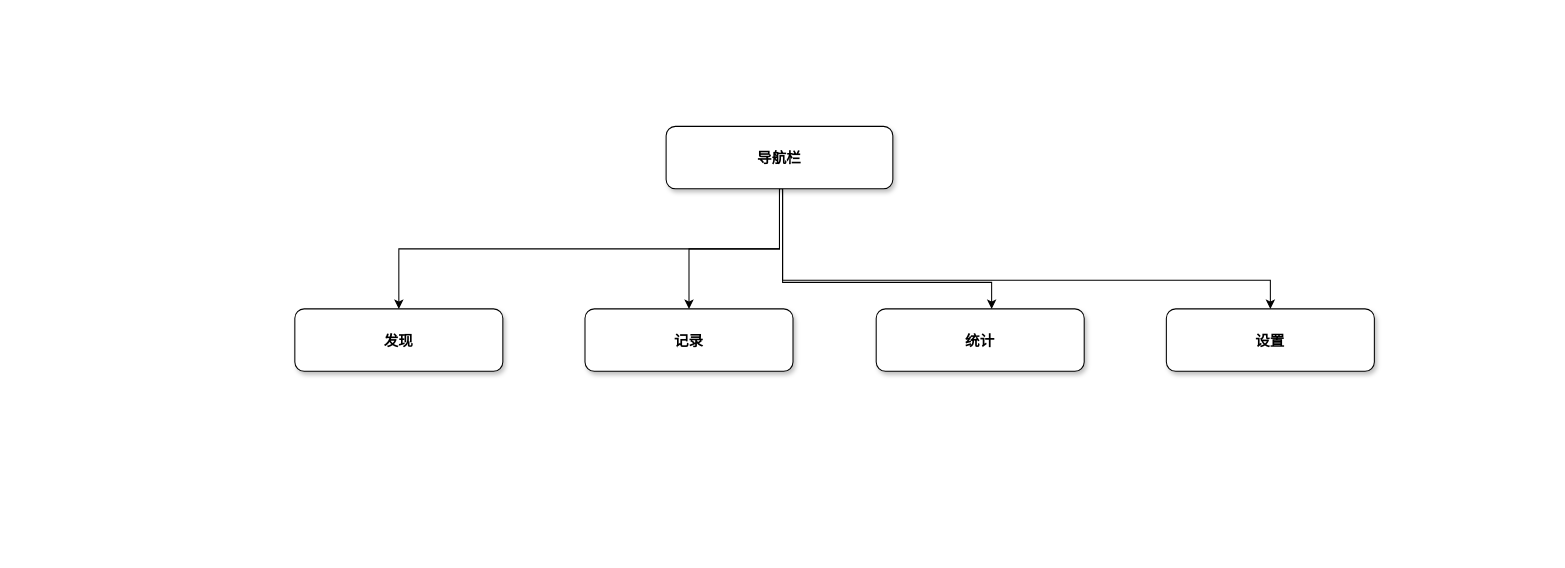
This is dailyRecord.drawio from narutooturan/drawio, a draw.io file, before an edit. Source tidied: cells renumbered, new cells numbered last; positions are measured from the earlier drawing's top-left corner, leaving out a move shared by most shapes. Both pictures are drawn from the tidied source at 104%, with x=0, y=0 at pixel (294, 126).
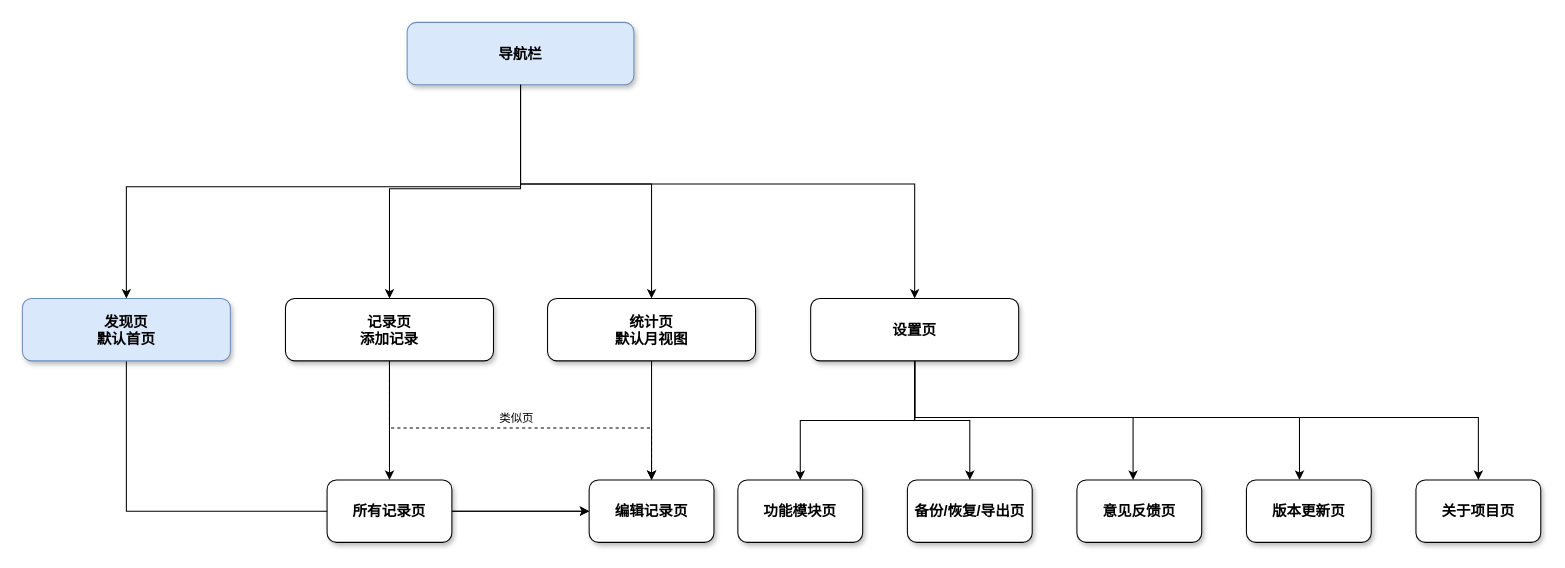
The same diagram, later.

Change to the diagram source:
```diff
@@
     <mxCell id="2" style="edgeStyle=orthogonalEdgeStyle;rounded=0;jettySize=auto;html=1;exitX=0.5;exitY=1;exitDx=0;exitDy=0;" parent="1" edge="1" source="6" target="10">
       <mxGeometry relative="1" as="geometry">
         <Array as="points">
-          <mxPoint x="469" y="148" />
-          <mxPoint x="938" y="148" />
+          <mxPoint x="596" y="55.5" />
+          <mxPoint x="175" y="55.5" />
         </Array>
       </mxGeometry>
     </mxCell>
-    <mxCell id="3" style="edgeStyle=orthogonalEdgeStyle;rounded=0;jettySize=auto;html=1;" parent="1" edge="1" source="6" target="9">
+    <mxCell id="3" style="edgeStyle=orthogonalEdgeStyle;rounded=0;jettySize=auto;html=1;exitX=0.5;exitY=1;exitDx=0;exitDy=0;" parent="1" edge="1" source="6" target="9">
       <mxGeometry relative="1" as="geometry">
         <Array as="points">
-          <mxPoint x="469" y="150" />
-          <mxPoint x="670" y="150" />
+          <mxPoint x="316" y="55.5" />
+          <mxPoint x="175" y="55.5" />
         </Array>
       </mxGeometry>
     </mxCell>
+    <mxCell id="6" value="导航栏" style="rounded=1;shadow=1;fontStyle=1;fontSize=14;fillColor=#dae8fc;strokeColor=#6c8ebf;flipH=1;flipV=1;" parent="1" vertex="1">
+      <mxGeometry x="108" y="-100" width="218" height="60" as="geometry" />
+    </mxCell>
+    <mxCell id="11" style="edgeStyle=orthogonalEdgeStyle;rounded=0;jettySize=auto;html=1;exitX=0.5;exitY=1;exitDx=0;exitDy=0;" parent="1" edge="1" source="7" target="21">
+      <mxGeometry relative="1" as="geometry">
+        <Array as="points">
+          <mxPoint x="-162" y="370" />
+        </Array>
+      </mxGeometry>
+    </mxCell>
+    <mxCell id="7" value="发现页&#10;默认首页" style="rounded=1;shadow=1;fontStyle=1;fontSize=14;fillColor=#dae8fc;strokeColor=#6c8ebf;align=center;flipH=1;flipV=1;" parent="1" vertex="1">
+      <mxGeometry x="-262" y="165.5" width="200" height="60" as="geometry" />
+    </mxCell>
+    <mxCell id="12" style="edgeStyle=orthogonalEdgeStyle;rounded=0;jettySize=auto;html=1;dashed=1;exitX=0.5;exitY=1;exitDx=0;exitDy=0;entryX=0.5;entryY=0;entryDx=0;entryDy=0;" parent="1" edge="1" source="8" target="21">
+      <mxGeometry relative="1" as="geometry">
+        <Array as="points">
+          <mxPoint x="91" y="290" />
+          <mxPoint x="343" y="290" />
+        </Array>
+      </mxGeometry>
+    </mxCell>
+    <mxCell id="13" value="类似页" style="edgeLabel;html=1;align=center;verticalAlign=middle;" parent="12" vertex="1">
+      <mxGeometry x="-0.32" y="-2" relative="1" as="geometry">
+        <mxPoint x="61" y="-12" as="offset" />
+      </mxGeometry>
+    </mxCell>
+    <mxCell id="14" style="edgeStyle=orthogonalEdgeStyle;rounded=0;jettySize=auto;html=1;fontColor=#808080;" parent="1" edge="1" source="8" target="23">
+      <mxGeometry relative="1" as="geometry" />
+    </mxCell>
+    <mxCell id="8" value="记录页&#10;添加记录" style="rounded=1;shadow=1;fontStyle=1;fontSize=14;flipH=1;flipV=1;" parent="1" vertex="1">
+      <mxGeometry x="-9" y="165.5" width="200" height="60" as="geometry" />
+    </mxCell>
+    <mxCell id="15" style="edgeStyle=orthogonalEdgeStyle;rounded=0;jettySize=auto;html=1;" parent="1" edge="1" source="9" target="21">
+      <mxGeometry relative="1" as="geometry" />
+    </mxCell>
+    <mxCell id="9" value="统计页&#10;默认月视图" style="rounded=1;shadow=1;fontStyle=1;fontSize=14;flipH=1;flipV=1;" parent="1" vertex="1">
+      <mxGeometry x="243" y="165.5" width="200" height="60" as="geometry" />
+    </mxCell>
+    <mxCell id="16" style="edgeStyle=orthogonalEdgeStyle;rounded=0;jettySize=auto;html=1;fontColor=#808080;" parent="1" edge="1" source="10" target="24">
+      <mxGeometry relative="1" as="geometry" />
+    </mxCell>
+    <mxCell id="17" style="edgeStyle=orthogonalEdgeStyle;rounded=0;jettySize=auto;html=1;fontColor=#808080;" parent="1" edge="1" source="10" target="25">
+      <mxGeometry relative="1" as="geometry" />
+    </mxCell>
+    <mxCell id="18" style="edgeStyle=orthogonalEdgeStyle;rounded=0;jettySize=auto;html=1;fontColor=#808080;" parent="1" edge="1" source="10" target="26">
+      <mxGeometry relative="1" as="geometry">
+        <Array as="points">
+          <mxPoint x="596" y="280" />
+          <mxPoint x="806" y="280" />
+        </Array>
+      </mxGeometry>
+    </mxCell>
+    <mxCell id="19" style="edgeStyle=orthogonalEdgeStyle;rounded=0;jettySize=auto;html=1;fontColor=#808080;" parent="1" edge="1" source="10" target="27">
+      <mxGeometry relative="1" as="geometry">
+        <Array as="points">
+          <mxPoint x="596" y="280" />
+          <mxPoint x="966" y="280" />
+        </Array>
+      </mxGeometry>
+    </mxCell>
+    <mxCell id="20" style="edgeStyle=orthogonalEdgeStyle;rounded=0;jettySize=auto;html=1;fontColor=#808080;" parent="1" edge="1" source="10" target="28">
+      <mxGeometry relative="1" as="geometry">
+        <Array as="points">
+          <mxPoint x="596" y="280" />
+          <mxPoint x="1138" y="280" />
+        </Array>
+      </mxGeometry>
+    </mxCell>
+    <mxCell id="10" value="设置页" style="rounded=1;shadow=1;fontStyle=1;fontSize=14;flipH=1;flipV=1;" parent="1" vertex="1">
+      <mxGeometry x="496" y="165.5" width="200" height="60" as="geometry" />
+    </mxCell>
+    <mxCell id="21" value="编辑记录页" style="whiteSpace=wrap;html=1;fontSize=14;rounded=1;shadow=1;fontStyle=1;flipH=1;flipV=1;" parent="1" vertex="1">
+      <mxGeometry x="283" y="340" width="120" height="60" as="geometry" />
+    </mxCell>
+    <mxCell id="5" style="edgeStyle=orthogonalEdgeStyle;rounded=0;jettySize=auto;html=1;exitX=0.5;exitY=1;exitDx=0;exitDy=0;entryX=0.5;entryY=0;entryDx=0;entryDy=0;" parent="1" edge="1" source="6" target="7">
+      <mxGeometry relative="1" as="geometry">
+        <Array as="points">
+          <mxPoint x="217" y="58" />
+          <mxPoint x="-162" y="58" />
+        </Array>
+      </mxGeometry>
+    </mxCell>
+    <mxCell id="22" style="edgeStyle=orthogonalEdgeStyle;rounded=0;jettySize=auto;html=1;fontColor=#808080;" parent="1" edge="1" source="23" target="21">
+      <mxGeometry relative="1" as="geometry" />
+    </mxCell>
+    <mxCell id="23" value="所有记录页" style="whiteSpace=wrap;html=1;fontSize=14;rounded=1;shadow=1;fontStyle=1;" parent="1" vertex="1">
+      <mxGeometry x="31" y="340" width="120" height="60" as="geometry" />
+    </mxCell>
+    <mxCell id="24" value="功能模块页" style="whiteSpace=wrap;html=1;fontSize=14;rounded=1;shadow=1;fontStyle=1;" parent="1" vertex="1">
+      <mxGeometry x="426" y="340" width="120" height="60" as="geometry" />
+    </mxCell>
+    <mxCell id="25" value="备份/恢复/导出页" style="whiteSpace=wrap;html=1;fontSize=14;rounded=1;shadow=1;fontStyle=1;" parent="1" vertex="1">
+      <mxGeometry x="589" y="340" width="120" height="60" as="geometry" />
+    </mxCell>
+    <mxCell id="26" value="意见反馈页" style="whiteSpace=wrap;html=1;fontSize=14;rounded=1;shadow=1;fontStyle=1;" parent="1" vertex="1">
+      <mxGeometry x="752" y="340" width="120" height="60" as="geometry" />
+    </mxCell>
+    <mxCell id="27" value="版本更新页" style="whiteSpace=wrap;html=1;fontSize=14;rounded=1;shadow=1;fontStyle=1;" parent="1" vertex="1">
+      <mxGeometry x="915" y="340" width="120" height="60" as="geometry" />
+    </mxCell>
+    <mxCell id="28" value="关于项目页" style="whiteSpace=wrap;html=1;fontSize=14;rounded=1;shadow=1;fontStyle=1;" parent="1" vertex="1">
+      <mxGeometry x="1078" y="340" width="120" height="60" as="geometry" />
+    </mxCell>
-    <mxCell id="4" style="edgeStyle=orthogonalEdgeStyle;rounded=0;jettySize=auto;html=1;" parent="1" edge="1" source="6" target="8">
-      <mxGeometry relative="1" as="geometry" />
+    <mxCell id="4" style="edgeStyle=orthogonalEdgeStyle;rounded=0;jettySize=auto;html=1;exitX=0.5;exitY=1;exitDx=0;exitDy=0;entryX=0.5;entryY=0;entryDx=0;entryDy=0;" parent="1" edge="1" source="6" target="8">
+      <mxGeometry relative="1" as="geometry">
+        <Array as="points">
+          <mxPoint x="175" y="60" />
+          <mxPoint x="77" y="60" />
+        </Array>
+      </mxGeometry>
     </mxCell>
-    <mxCell id="5" style="edgeStyle=orthogonalEdgeStyle;rounded=0;jettySize=auto;html=1;exitX=0.5;exitY=1;exitDx=0;exitDy=0;" parent="1" edge="1" source="6" target="7">
-      <mxGeometry relative="1" as="geometry" />
-    </mxCell>
-    <mxCell id="6" value="导航栏" style="rounded=1;shadow=1;fontStyle=1;fontSize=14;" parent="1" vertex="1">
-      <mxGeometry x="357" width="218" height="60" as="geometry" />
-    </mxCell>
-    <mxCell id="7" value="发现" style="rounded=1;shadow=1;fontStyle=1;fontSize=14;" parent="1" vertex="1">
-      <mxGeometry y="175.5" width="200" height="60" as="geometry" />
-    </mxCell>
-    <mxCell id="8" value="记录" style="rounded=1;shadow=1;fontStyle=1;fontSize=14;" parent="1" vertex="1">
-      <mxGeometry x="279" y="175.5" width="200" height="60" as="geometry" />
-    </mxCell>
-    <mxCell id="9" value="统计" style="rounded=1;shadow=1;fontStyle=1;fontSize=14;" parent="1" vertex="1">
-      <mxGeometry x="559" y="175.5" width="200" height="60" as="geometry" />
-    </mxCell>
-    <mxCell id="10" value="设置" style="rounded=1;shadow=1;fontStyle=1;fontSize=14;" parent="1" vertex="1">
-      <mxGeometry x="838" y="175.5" width="200" height="60" as="geometry" />
-    </mxCell>
```
